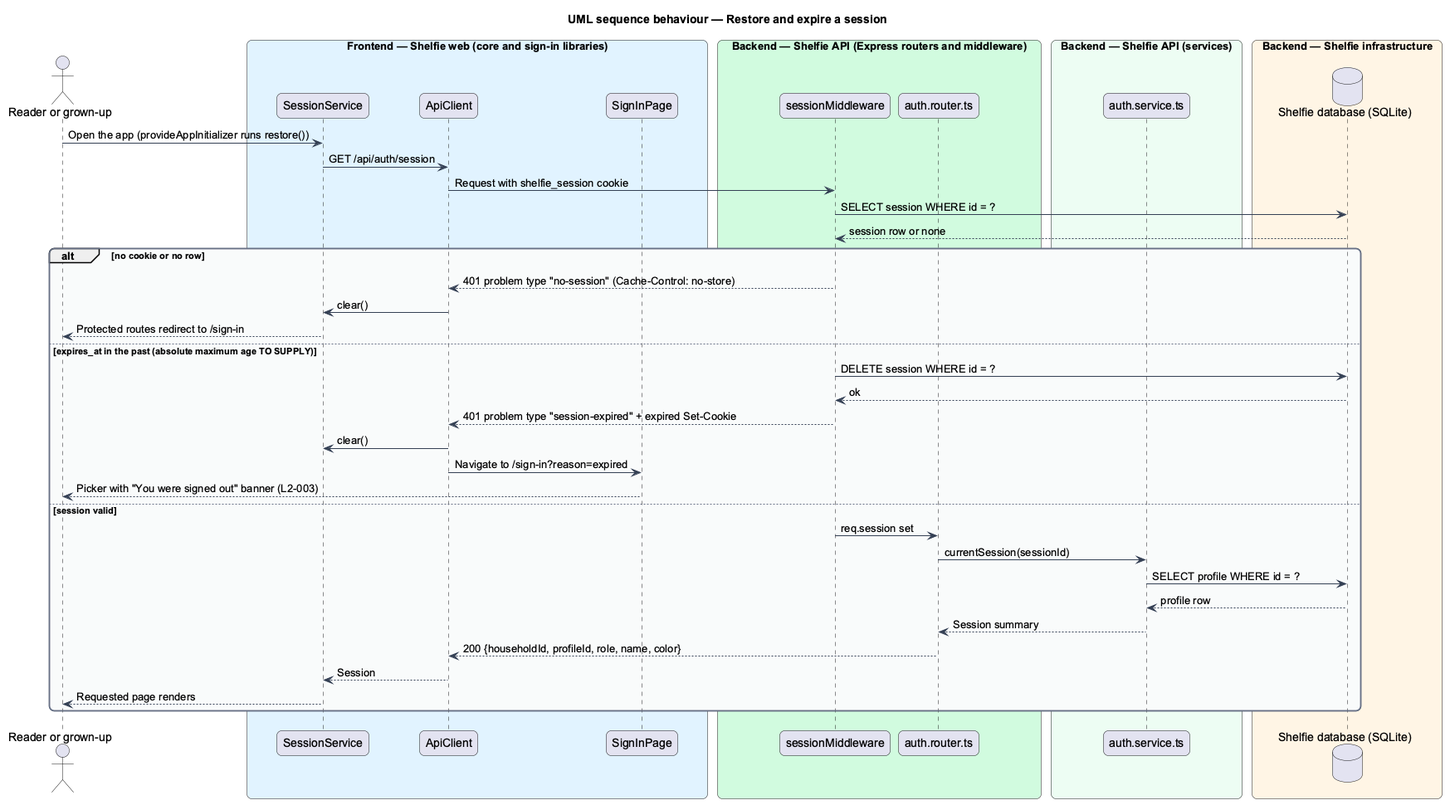
The PlantUML diagram docs/detailed-designs/sign-in/manage-session/diagrams/sequence-expire-session.png in QuinntyneBrown/shelfie, before a commit. Source of this version:
```plantuml
@startuml
title UML sequence behaviour — Restore and expire a session
skinparam backgroundColor #FFFFFF
skinparam shadowing false
skinparam roundcorner 12
skinparam defaultFontName Arial
skinparam ArrowColor #344054
skinparam rectangle {
  BorderColor #344054
  FontColor #101828
}
skinparam package {
  BorderColor #667085
  FontColor #101828
  BackgroundColor #F9FAFB
}
actor "Reader or grown-up" as person
box "Frontend — Shelfie web (core and sign-in libraries)" #E0F2FE
  participant "SessionService" as sessionSvc
  participant "ApiClient" as client
  participant "SignInPage" as page
end box
box "Backend — Shelfie API (Express routers and middleware)" #D1FADF
  participant "sessionMiddleware" as mw
  participant "auth.router.ts" as router
end box
box "Backend — Shelfie API (services)" #ECFDF3
  participant "auth.service.ts" as service
end box
box "Backend — Shelfie infrastructure" #FFF4E5
  database "Shelfie database (SQLite)" as db
end box

person -> sessionSvc : Open the app (provideAppInitializer runs restore())
sessionSvc -> client : GET /api/auth/session
client -> mw : Request with shelfie_session cookie
mw -> db : SELECT session WHERE id = ?
db --> mw : session row or none
alt no cookie or no row
  mw --> client : 401 problem type "no-session" (Cache-Control: no-store)
  client -> sessionSvc : clear()
  sessionSvc --> person : Protected routes redirect to /sign-in
else expires_at in the past (absolute maximum age TO SUPPLY)
  mw -> db : DELETE session WHERE id = ?
  db --> mw : ok
  mw --> client : 401 problem type "session-expired" + expired Set-Cookie
  client -> sessionSvc : clear()
  client -> page : Navigate to /sign-in?reason=expired
  page --> person : Picker with "You were signed out" banner (L2-003)
else session valid
  mw -> router : req.session set
  router -> service : currentSession(sessionId)
  service -> db : SELECT profile WHERE id = ?
  db --> service : profile row
  service --> router : Session summary
  router --> client : 200 {householdId, profileId, role, name, color}
  client --> sessionSvc : Session
  sessionSvc --> person : Requested page renders
end
@enduml
```
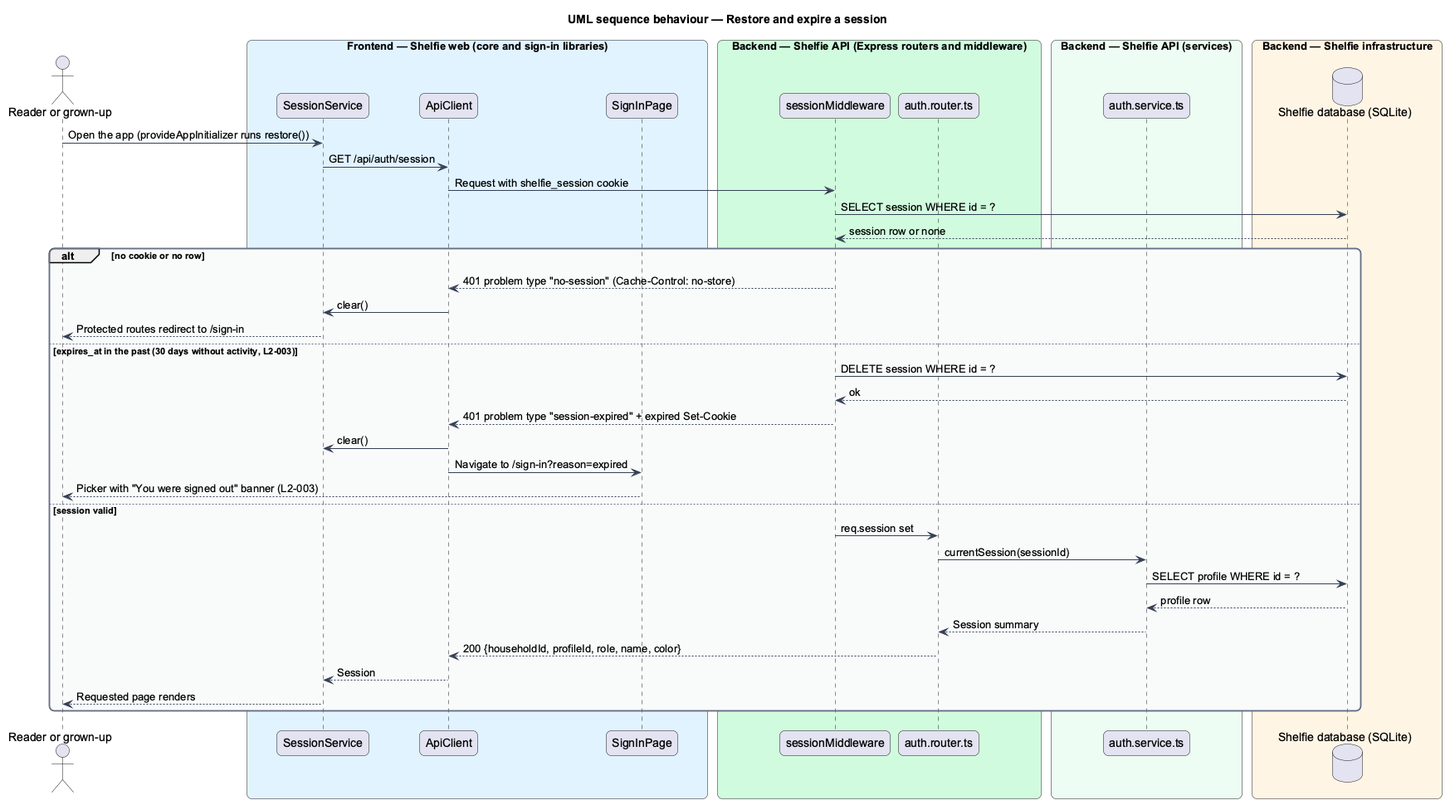
Later version of the same file.

What changed in the source:
```diff
@@ -40,7 +40,7 @@
   mw --> client : 401 problem type "no-session" (Cache-Control: no-store)
   client -> sessionSvc : clear()
   sessionSvc --> person : Protected routes redirect to /sign-in
-else expires_at in the past (absolute maximum age TO SUPPLY)
+else expires_at in the past (30 days without activity, L2-003)
   mw -> db : DELETE session WHERE id = ?
   db --> mw : ok
   mw --> client : 401 problem type "session-expired" + expired Set-Cookie
```
